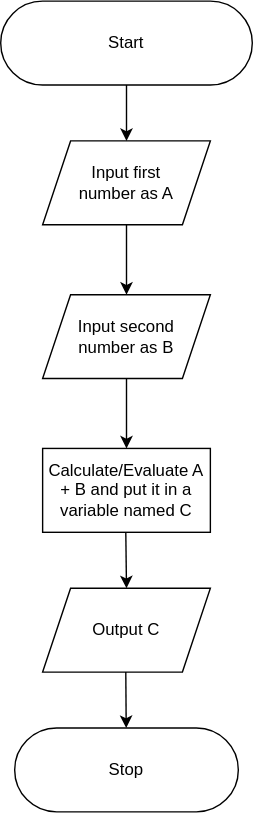
This is Flowchart1.drawio.svg from Mednoob/Mednoob, a draw.io export, as it was before one commit. Source tidied: cells renumbered, new cells last; positions are measured from the earlier drawing's top-left corner, leaving out a move shared by most shapes.
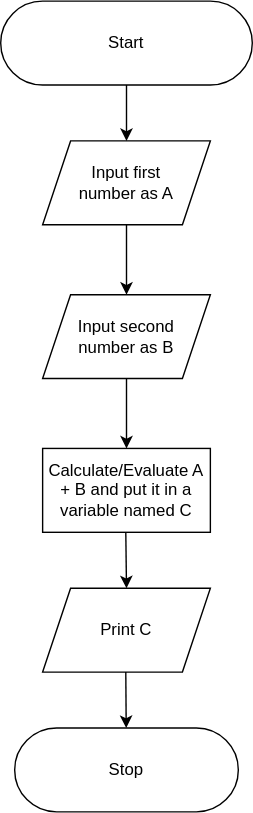
After the commit.

The edit, as a diff of the source:
```diff
@@ -25,7 +25,7 @@
         <mxPoint x="90" y="320" as="targetPoint" />
       </mxGeometry>
     </mxCell>
-    <mxCell id="9" value="Output C" style="shape=parallelogram;perimeter=parallelogramPerimeter;whiteSpace=wrap;html=1;fixedSize=1;" parent="1" vertex="1">
+    <mxCell id="9" value="Print C" style="shape=parallelogram;perimeter=parallelogramPerimeter;whiteSpace=wrap;html=1;fixedSize=1;" parent="1" vertex="1">
       <mxGeometry x="30" y="420" width="120" height="60" as="geometry" />
     </mxCell>
     <mxCell id="10" style="endArrow=classic;html=1;rounded=0;" parent="1" edge="1">
```
